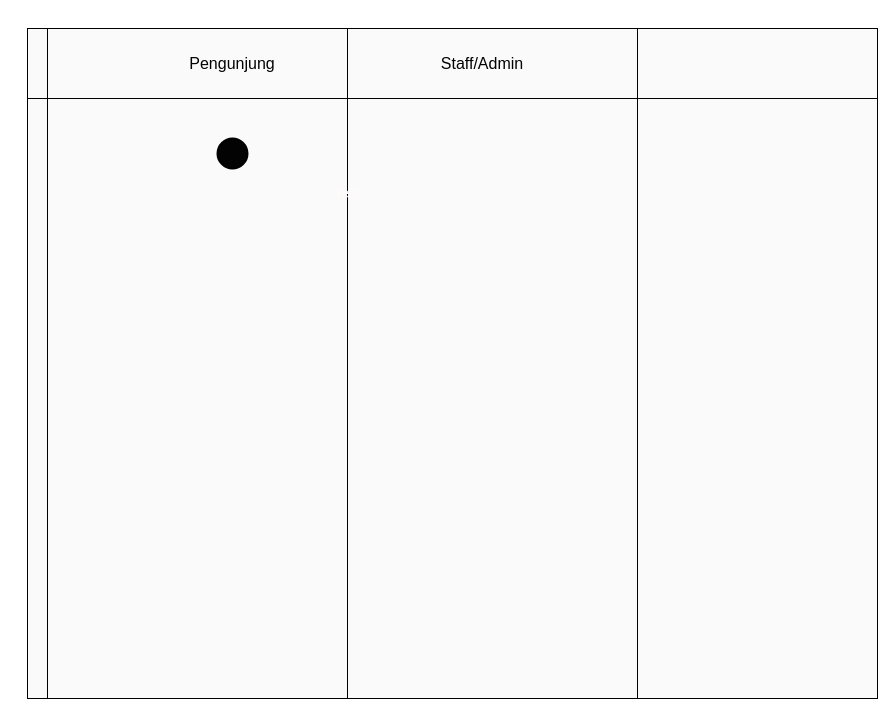
Earlier version of the draw.io diagram page "activity" (6 of 6) of Class Diagram/clas.drawio (Kholik03/BAB1). Source tidied: cells renumbered, new cells numbered last; positions are measured from the earlier drawing's top-left corner, leaving out a move shared by most shapes. Both pictures are drawn from the tidied source at 100%, with x=0, y=0 at pixel (27, 28).
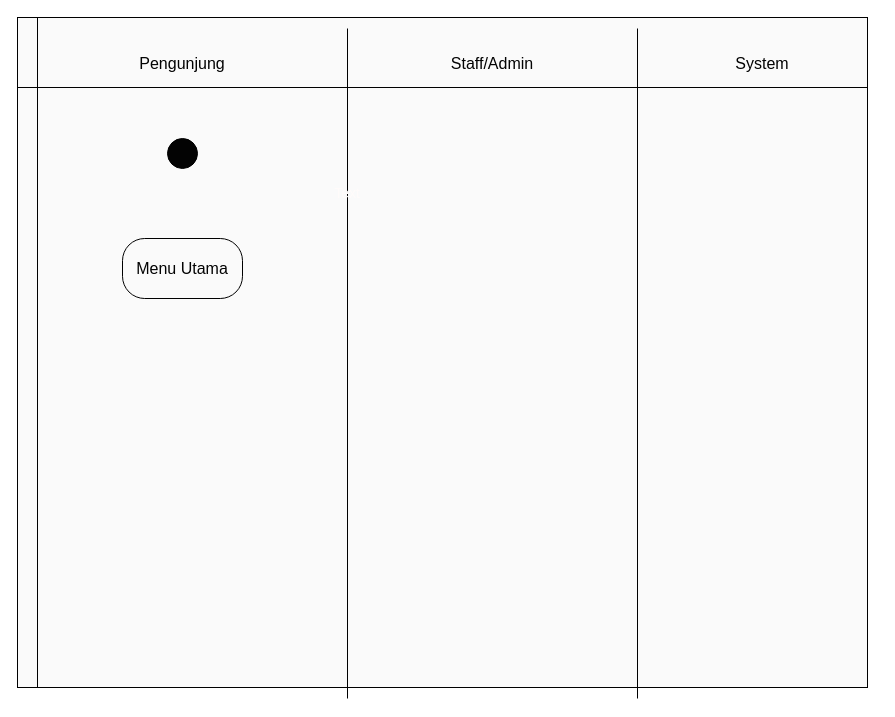
The same diagram, later.

Diff of the diagram source:
```diff
@@
 <mxGraphModel>
   <root>
     <mxCell id="0" />
     <mxCell id="1" parent="0" />
     <mxCell id="2" style="shape=internalStorage;whiteSpace=wrap;html=1;backgroundOutline=1;fontSize=14;fontColor=#FFFBFA;fillColor=#FAFAFA;dx=20;dy=70;" parent="1" vertex="1">
-      <mxGeometry width="850" height="670" as="geometry" />
+      <mxGeometry x="-10" y="-11" width="850" height="670" as="geometry" />
     </mxCell>
     <mxCell id="3" style="endArrow=none;html=1;rounded=0;fontSize=14;fontColor=#FFFBFA;entryX=0.5;entryY=0;entryDx=0;entryDy=0;exitX=0.5;exitY=1;exitDx=0;exitDy=0;" parent="1" edge="1">
       <mxGeometry relative="1" as="geometry">
         <mxPoint x="320" y="670" as="sourcePoint" />
         <mxPoint x="320" as="targetPoint" />
       </mxGeometry>
     </mxCell>
     <mxCell id="4" value="Text" style="text;html=1;strokeColor=none;fillColor=none;align=center;verticalAlign=middle;whiteSpace=wrap;rounded=0;fontSize=14;fontColor=#FFFBFA;" parent="1" vertex="1">
       <mxGeometry x="290" y="150" width="60" height="30" as="geometry" />
     </mxCell>
     <mxCell id="5" value="&lt;font color=&quot;#030303&quot; style=&quot;font-size: 16px;&quot;&gt;Pengunjung&lt;/font&gt;" style="text;html=1;strokeColor=none;fillColor=none;align=center;verticalAlign=middle;whiteSpace=wrap;rounded=0;fontSize=15;fontColor=#FFFBFA;" parent="1" vertex="1">
-      <mxGeometry x="150" y="20" width="110" height="30" as="geometry" />
+      <mxGeometry x="100" y="20" width="110" height="30" as="geometry" />
     </mxCell>
     <mxCell id="6" value="&lt;font color=&quot;#030303&quot; style=&quot;font-size: 16px;&quot;&gt;Staff/Admin&lt;/font&gt;" style="text;html=1;strokeColor=none;fillColor=none;align=center;verticalAlign=middle;whiteSpace=wrap;rounded=0;fontSize=15;fontColor=#FFFBFA;" parent="1" vertex="1">
-      <mxGeometry x="400" y="20" width="110" height="30" as="geometry" />
+      <mxGeometry x="410" y="20" width="110" height="30" as="geometry" />
     </mxCell>
-    <mxCell id="7" style="strokeWidth=2;html=1;shape=mxgraph.flowchart.start_2;whiteSpace=wrap;fontSize=16;fontColor=#030303;fillColor=#030303;gradientColor=none;" parent="1" vertex="1">
-      <mxGeometry x="190" y="110" width="30" height="30" as="geometry" />
-    </mxCell>
     <mxCell id="8" style="endArrow=none;html=1;rounded=0;fontSize=14;fontColor=#FFFBFA;entryX=0.5;entryY=0;entryDx=0;entryDy=0;exitX=0.5;exitY=1;exitDx=0;exitDy=0;" parent="1" edge="1">
       <mxGeometry relative="1" as="geometry">
         <mxPoint x="610" y="670" as="sourcePoint" />
         <mxPoint x="610" as="targetPoint" />
       </mxGeometry>
     </mxCell>
+    <mxCell id="9" value="&lt;font color=&quot;#030303&quot; style=&quot;font-size: 16px;&quot;&gt;System&lt;/font&gt;" style="text;html=1;strokeColor=none;fillColor=none;align=center;verticalAlign=middle;whiteSpace=wrap;rounded=0;fontSize=15;fontColor=#FFFBFA;" parent="1" vertex="1">
+      <mxGeometry x="680" y="20" width="110" height="30" as="geometry" />
+    </mxCell>
+    <mxCell id="10" style="shape=mxgraph.bpmn.event;html=1;verticalLabelPosition=bottom;labelBackgroundColor=#ffffff;verticalAlign=top;align=center;perimeter=ellipsePerimeter;outline=standard;symbol=general;fontSize=16;fontColor=#030303;fillColor=#030303;gradientColor=none;" parent="1" vertex="1">
+      <mxGeometry x="140" y="110" width="30" height="30" as="geometry" />
+    </mxCell>
+    <mxCell id="11" value="Menu Utama" style="rounded=1;whiteSpace=wrap;html=1;fontSize=16;fontColor=#030303;fillColor=none;gradientColor=none;arcSize=37;" parent="1" vertex="1">
+      <mxGeometry x="95" y="210" width="120" height="60" as="geometry" />
+    </mxCell>
   </root>
 </mxGraphModel>
```
